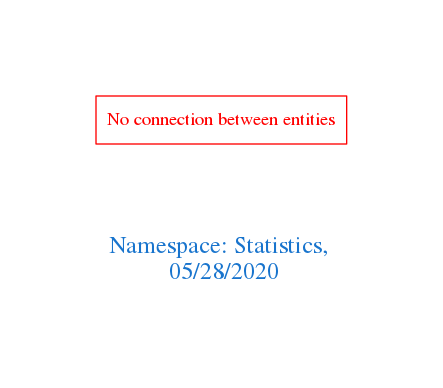
arago/OGIT keeps this Graphviz diagram as downloads/Statistics.png. Above is the earlier version. Its source is kept beside it as downloads/Statistics.dot.
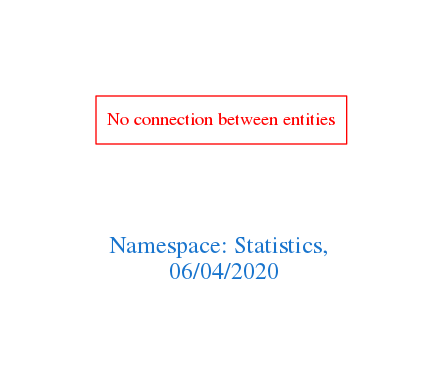
Later version of the same file.

Diff of the diagram source:
```diff
@@ -1,7 +1,7 @@
 digraph OGIT_ontology {
  graph [ rankdir= LR,pad=1
 fontsize = 18,
-fontcolor= dodgerblue3,label = "\n\n\nNamespace: Statistics, \n 05/28/2020"];
+fontcolor= dodgerblue3,label = "\n\n\nNamespace: Statistics, \n 06/04/2020"];
 node[shape=polygon];
 edge [  color="gray81"];
 
```
